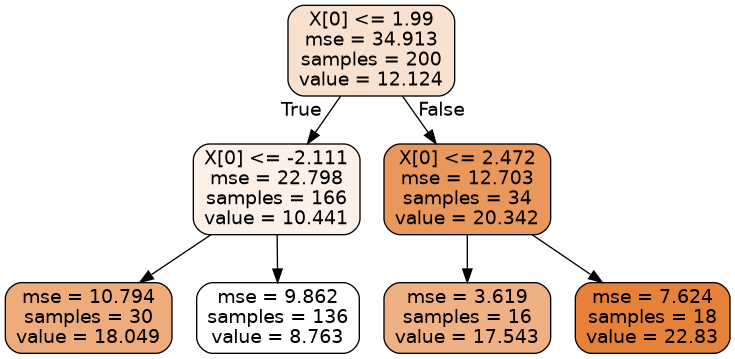
This is Practice/Decision Trees/tree_regression.png from Lpshkn/Tutors, a Graphviz export, as it was before one commit. Its source is kept beside it as Practice/Decision Trees/tree_regression.dot.
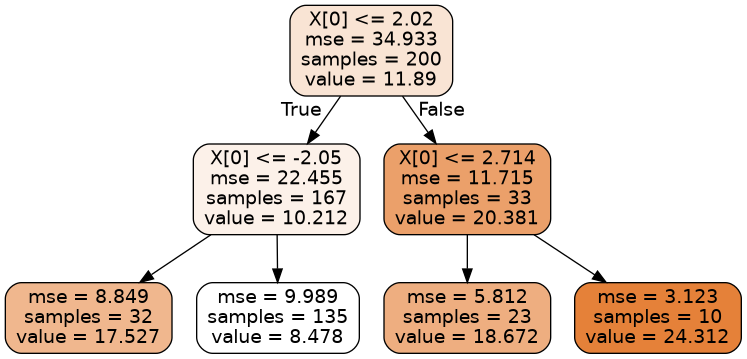
The same file after the commit.

The edit, as a diff of the source:
```diff
@@ -1,17 +1,17 @@
 digraph Tree {
 node [shape=box, style="filled, rounded", color="black", fontname=helvetica] ;
 edge [fontname=helvetica] ;
-0 [label="X[0] <= 1.99\nmse = 34.913\nsamples = 200\nvalue = 12.124", fillcolor="#f9e1d0"] ;
-1 [label="X[0] <= -2.111\nmse = 22.798\nsamples = 166\nvalue = 10.441", fillcolor="#fcf0e7"] ;
+0 [label="X[0] <= 2.02\nmse = 34.933\nsamples = 200\nvalue = 11.89", fillcolor="#f9e4d4"] ;
+1 [label="X[0] <= -2.05\nmse = 22.455\nsamples = 167\nvalue = 10.212", fillcolor="#fcf1e9"] ;
 0 -> 1 [labeldistance=2.5, labelangle=45, headlabel="True"] ;
-2 [label="mse = 10.794\nsamples = 30\nvalue = 18.049", fillcolor="#eeac7c"] ;
+2 [label="mse = 8.849\nsamples = 32\nvalue = 17.527", fillcolor="#f0b78e"] ;
 1 -> 2 ;
-3 [label="mse = 9.862\nsamples = 136\nvalue = 8.763", fillcolor="#ffffff"] ;
+3 [label="mse = 9.989\nsamples = 135\nvalue = 8.478", fillcolor="#ffffff"] ;
 1 -> 3 ;
-4 [label="X[0] <= 2.472\nmse = 12.703\nsamples = 34\nvalue = 20.342", fillcolor="#ea975c"] ;
+4 [label="X[0] <= 2.714\nmse = 11.715\nsamples = 33\nvalue = 20.381", fillcolor="#eba06a"] ;
 0 -> 4 [labeldistance=2.5, labelangle=-45, headlabel="False"] ;
-5 [label="mse = 3.619\nsamples = 16\nvalue = 17.543", fillcolor="#efb083"] ;
+5 [label="mse = 5.812\nsamples = 23\nvalue = 18.672", fillcolor="#eeae80"] ;
 4 -> 5 ;
-6 [label="mse = 7.624\nsamples = 18\nvalue = 22.83", fillcolor="#e58139"] ;
+6 [label="mse = 3.123\nsamples = 10\nvalue = 24.312", fillcolor="#e58139"] ;
 4 -> 6 ;
 }
```
